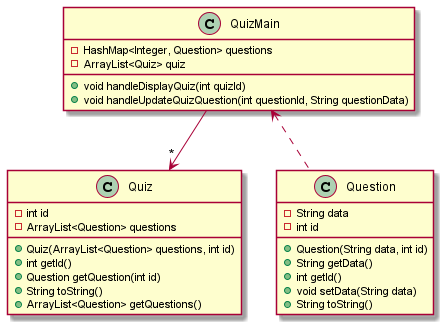
Above: Homework/quiz.png in cperryoh/csse220 (PlantUML), before the change.
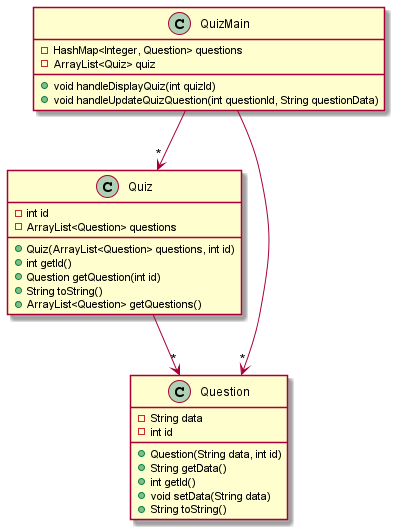
After the change.

Diff of the diagram source:
```diff
@@ -25,5 +25,6 @@
 }
 
 QuizMain-->"*"Quiz
-QuizMain<..Question
+Quiz-->"*"Question
+QuizMain-->"*"Question
 @enduml
```
